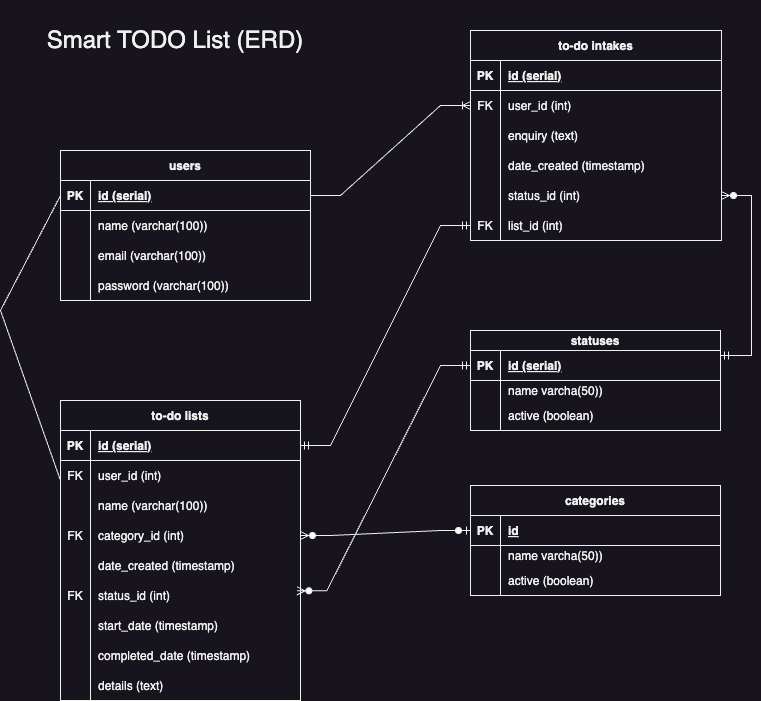
The draw.io diagram documents/SmartToDoListERD.drawio.png in Setmaster/smart-todolist, before a commit. Source tidied: cells renumbered, new cells last; positions are measured from the earlier drawing's top-left corner, leaving out a move shared by most shapes.
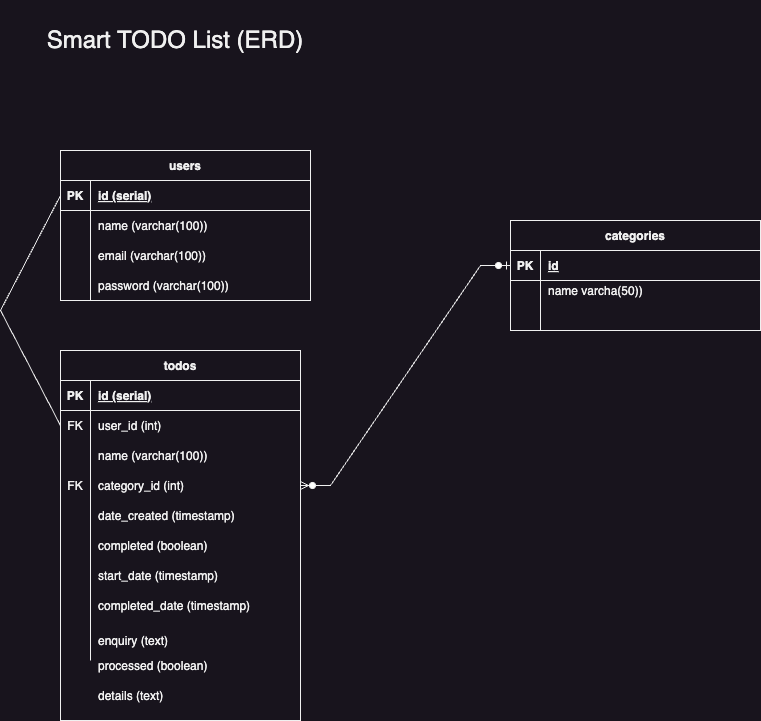
After the commit.

What changed in the source:
```diff
@@ -3,7 +3,7 @@
     <mxCell id="0" />
     <mxCell id="1" parent="0" />
     <mxCell id="2" value="categories" style="shape=table;startSize=30;rowLines=0;fontStyle=1;align=center;" parent="1" vertex="1">
-      <mxGeometry x="470" y="485" width="250" height="110" as="geometry" />
+      <mxGeometry x="510" y="220" width="250" height="110" as="geometry" />
     </mxCell>
     <mxCell id="3" style="shape=partialRectangle;fillColor=none;points=[[0,0.5],[1,0.5]];portConstraint=eastwest;top=0;left=0;right=0;bottom=1;" parent="2" vertex="1">
       <mxGeometry y="30" width="250" height="30" as="geometry" />
@@ -29,7 +29,7 @@
     <mxCell id="10" style="shape=partialRectangle;overflow=hidden;fillColor=none;top=0;left=0;bottom=0;right=0;" parent="9" vertex="1">
       <mxGeometry width="30" height="30" as="geometry" />
     </mxCell>
-    <mxCell id="11" value="active (boolean)" style="shape=partialRectangle;overflow=hidden;fillColor=none;top=0;left=0;bottom=0;right=0;align=left;spacingLeft=6;" parent="9" vertex="1">
+    <mxCell id="11" style="shape=partialRectangle;overflow=hidden;fillColor=none;top=0;left=0;bottom=0;right=0;align=left;spacingLeft=6;" parent="9" vertex="1">
       <mxGeometry x="30" width="220" height="30" as="geometry" />
     </mxCell>
     <mxCell id="12" value="users" style="shape=table;startSize=30;rowLines=0;fontStyle=1;align=center;" parent="1" vertex="1">
@@ -71,8 +71,8 @@
     <mxCell id="24" value="password (varchar(100))" style="shape=partialRectangle;overflow=hidden;fillColor=none;top=0;left=0;bottom=0;right=0;align=left;spacingLeft=6;" parent="22" vertex="1">
       <mxGeometry x="30" width="220" height="30" as="geometry" />
     </mxCell>
-    <mxCell id="25" value="to-do lists" style="shape=table;startSize=30;rowLines=0;fontStyle=1;align=center;" parent="1" vertex="1">
-      <mxGeometry x="60" y="400" width="240" height="300" as="geometry" />
+    <mxCell id="25" value="todos" style="shape=table;startSize=30;rowLines=0;fontStyle=1;align=center;" parent="1" vertex="1">
+      <mxGeometry x="60" y="350" width="240" height="370" as="geometry" />
     </mxCell>
     <mxCell id="26" style="shape=partialRectangle;fillColor=none;points=[[0,0.5],[1,0.5]];portConstraint=eastwest;top=0;left=0;right=0;bottom=1;" parent="25" vertex="1">
       <mxGeometry y="30" width="240" height="30" as="geometry" />
@@ -122,10 +122,10 @@
     <mxCell id="41" style="shape=partialRectangle;fillColor=none;points=[[0,0.5],[1,0.5]];portConstraint=eastwest;top=0;left=0;right=0;bottom=0;" parent="25" vertex="1">
       <mxGeometry y="180" width="240" height="30" as="geometry" />
     </mxCell>
-    <mxCell id="42" value="FK" style="shape=partialRectangle;overflow=hidden;fillColor=none;top=0;left=0;bottom=0;right=0;" parent="41" vertex="1">
+    <mxCell id="42" style="shape=partialRectangle;overflow=hidden;fillColor=none;top=0;left=0;bottom=0;right=0;" parent="41" vertex="1">
       <mxGeometry width="30" height="30" as="geometry" />
     </mxCell>
-    <mxCell id="43" value="status_id (int)" style="shape=partialRectangle;overflow=hidden;fillColor=none;top=0;left=0;bottom=0;right=0;align=left;spacingLeft=6;" parent="41" vertex="1">
+    <mxCell id="43" value="completed (boolean)" style="shape=partialRectangle;overflow=hidden;fillColor=none;top=0;left=0;bottom=0;right=0;align=left;spacingLeft=6;" parent="41" vertex="1">
       <mxGeometry x="30" width="210" height="30" as="geometry" />
     </mxCell>
     <mxCell id="44" style="shape=partialRectangle;fillColor=none;top=0;left=0;right=0;bottom=0;" parent="25" vertex="1">
@@ -147,126 +147,32 @@
       <mxGeometry x="30" width="210" height="30" as="geometry" />
     </mxCell>
     <mxCell id="50" style="shape=partialRectangle;fillColor=none;top=0;left=0;right=0;bottom=0;" parent="25" vertex="1">
-      <mxGeometry y="270" width="240" height="30" as="geometry" />
+      <mxGeometry y="270" width="240" height="40" as="geometry" />
     </mxCell>
     <mxCell id="51" style="shape=partialRectangle;overflow=hidden;fillColor=none;top=0;left=0;bottom=0;right=0;" parent="50" vertex="1">
-      <mxGeometry width="30" height="30" as="geometry" />
+      <mxGeometry width="30" height="40" as="geometry" />
     </mxCell>
-    <mxCell id="52" value="details (text)" style="shape=partialRectangle;overflow=hidden;fillColor=none;top=0;left=0;bottom=0;right=0;align=left;spacingLeft=6;" parent="50" vertex="1">
-      <mxGeometry x="30" width="210" height="30" as="geometry" />
+    <mxCell id="52" value="enquiry (text)" style="shape=partialRectangle;overflow=hidden;fillColor=none;top=0;left=0;bottom=0;right=0;align=left;spacingLeft=6;" parent="50" vertex="1">
+      <mxGeometry x="30" width="210" height="40" as="geometry" />
     </mxCell>
-    <mxCell id="53" value="to-do intakes" style="shape=table;startSize=30;rowLines=0;fontStyle=1;align=center;" parent="1" vertex="1">
-      <mxGeometry x="470" y="30" width="251" height="210" as="geometry" />
-    </mxCell>
-    <mxCell id="54" style="shape=partialRectangle;fillColor=none;top=0;left=0;right=0;bottom=1;" parent="53" vertex="1">
-      <mxGeometry y="30" width="251" height="30" as="geometry" />
-    </mxCell>
-    <mxCell id="55" value="PK" style="shape=partialRectangle;overflow=hidden;fillColor=none;top=0;left=0;bottom=0;right=0;fontStyle=1;" parent="54" vertex="1">
-      <mxGeometry width="30" height="30" as="geometry" />
-    </mxCell>
-    <mxCell id="56" value="id (serial)" style="shape=partialRectangle;overflow=hidden;fillColor=none;top=0;left=0;bottom=0;right=0;align=left;spacingLeft=6;fontStyle=5;" parent="54" vertex="1">
-      <mxGeometry x="30" width="221" height="30" as="geometry" />
-    </mxCell>
-    <mxCell id="57" style="shape=partialRectangle;fillColor=none;points=[[0,0.5],[1,0.5]];portConstraint=eastwest;top=0;left=0;right=0;bottom=0;" parent="53" vertex="1">
-      <mxGeometry y="60" width="251" height="30" as="geometry" />
-    </mxCell>
-    <mxCell id="58" value="FK" style="shape=partialRectangle;overflow=hidden;fillColor=none;top=0;left=0;bottom=0;right=0;" parent="57" vertex="1">
-      <mxGeometry width="30" height="30" as="geometry" />
-    </mxCell>
-    <mxCell id="59" value="user_id (int)" style="shape=partialRectangle;overflow=hidden;fillColor=none;top=0;left=0;bottom=0;right=0;align=left;spacingLeft=6;" parent="57" vertex="1">
-      <mxGeometry x="30" width="221" height="30" as="geometry" />
-    </mxCell>
-    <mxCell id="60" style="shape=partialRectangle;fillColor=none;top=0;left=0;right=0;bottom=0;" parent="53" vertex="1">
-      <mxGeometry y="90" width="251" height="30" as="geometry" />
-    </mxCell>
-    <mxCell id="61" style="shape=partialRectangle;overflow=hidden;fillColor=none;top=0;left=0;bottom=0;right=0;" parent="60" vertex="1">
-      <mxGeometry width="30" height="30" as="geometry" />
-    </mxCell>
-    <mxCell id="62" value="enquiry (text) " style="shape=partialRectangle;overflow=hidden;fillColor=none;top=0;left=0;bottom=0;right=0;align=left;spacingLeft=6;" parent="60" vertex="1">
-      <mxGeometry x="30" width="221" height="30" as="geometry" />
-    </mxCell>
-    <mxCell id="63" style="shape=partialRectangle;fillColor=none;top=0;left=0;right=0;bottom=0;" parent="53" vertex="1">
-      <mxGeometry y="120" width="251" height="30" as="geometry" />
-    </mxCell>
-    <mxCell id="64" style="shape=partialRectangle;overflow=hidden;fillColor=none;top=0;left=0;bottom=0;right=0;" parent="63" vertex="1">
-      <mxGeometry width="30" height="30" as="geometry" />
-    </mxCell>
-    <mxCell id="65" value="date_created (timestamp)" style="shape=partialRectangle;overflow=hidden;fillColor=none;top=0;left=0;bottom=0;right=0;align=left;spacingLeft=6;" parent="63" vertex="1">
-      <mxGeometry x="30" width="221" height="30" as="geometry" />
-    </mxCell>
-    <mxCell id="66" style="shape=partialRectangle;fillColor=none;points=[[0,0.5],[1,0.5]];portConstraint=eastwest;top=0;left=0;right=0;bottom=0;" parent="53" vertex="1">
-      <mxGeometry y="150" width="251" height="30" as="geometry" />
-    </mxCell>
-    <mxCell id="67" style="shape=partialRectangle;overflow=hidden;fillColor=none;top=0;left=0;bottom=0;right=0;" parent="66" vertex="1">
-      <mxGeometry width="30" height="30" as="geometry" />
-    </mxCell>
-    <mxCell id="68" value="status_id (int)" style="shape=partialRectangle;overflow=hidden;fillColor=none;top=0;left=0;bottom=0;right=0;align=left;spacingLeft=6;" parent="66" vertex="1">
-      <mxGeometry x="30" width="221" height="30" as="geometry" />
-    </mxCell>
-    <mxCell id="69" style="shape=partialRectangle;fillColor=none;points=[[0,0.5],[1,0.5]];portConstraint=eastwest;top=0;left=0;right=0;bottom=0;" parent="53" vertex="1">
-      <mxGeometry y="180" width="251" height="30" as="geometry" />
-    </mxCell>
-    <mxCell id="70" value="FK" style="shape=partialRectangle;overflow=hidden;fillColor=none;top=0;left=0;bottom=0;right=0;" parent="69" vertex="1">
-      <mxGeometry width="30" height="30" as="geometry" />
-    </mxCell>
-    <mxCell id="71" value="list_id (int)" style="shape=partialRectangle;overflow=hidden;fillColor=none;top=0;left=0;bottom=0;right=0;align=left;spacingLeft=6;" parent="69" vertex="1">
-      <mxGeometry x="30" width="221" height="30" as="geometry" />
-    </mxCell>
-    <mxCell id="72" style="edgeStyle=entityRelationEdgeStyle;fontSize=12;html=1;endArrow=ERmandOne;startArrow=ERmandOne;rounded=0;entryX=0;entryY=0.5;entryDx=0;entryDy=0;exitX=1;exitY=0.5;exitDx=0;exitDy=0;" parent="1" edge="1" source="26" target="69">
-      <mxGeometry relative="1" as="geometry" />
-    </mxCell>
-    <mxCell id="73" style="edgeStyle=entityRelationEdgeStyle;fontSize=12;html=1;endArrow=ERoneToMany;rounded=0;entryX=0;entryY=0.5;entryDx=0;entryDy=0;exitX=1;exitY=0.5;exitDx=0;exitDy=0;" parent="1" edge="1" source="13" target="57">
-      <mxGeometry relative="1" as="geometry" />
-    </mxCell>
-    <mxCell id="74" value="statuses" style="shape=table;startSize=20;rowLines=0;fontStyle=1;align=center;" parent="1" vertex="1">
-      <mxGeometry x="470" y="330" width="250" height="100" as="geometry" />
-    </mxCell>
-    <mxCell id="75" style="shape=partialRectangle;fillColor=none;points=[[0,0.5],[1,0.5]];portConstraint=eastwest;top=0;left=0;right=0;bottom=1;" parent="74" vertex="1">
-      <mxGeometry y="20" width="250" height="30" as="geometry" />
-    </mxCell>
-    <mxCell id="76" value="PK" style="shape=partialRectangle;overflow=hidden;fillColor=none;top=0;left=0;bottom=0;right=0;fontStyle=1;" parent="75" vertex="1">
-      <mxGeometry width="30" height="30" as="geometry" />
-    </mxCell>
-    <mxCell id="77" value="id (serial)" style="shape=partialRectangle;overflow=hidden;fillColor=none;top=0;left=0;bottom=0;right=0;align=left;spacingLeft=6;fontStyle=5;" parent="75" vertex="1">
-      <mxGeometry x="30" width="220" height="30" as="geometry" />
-    </mxCell>
-    <mxCell id="78" style="shape=partialRectangle;fillColor=none;top=0;left=0;right=0;bottom=0;" parent="74" vertex="1">
-      <mxGeometry y="50" width="250" height="20" as="geometry" />
-    </mxCell>
-    <mxCell id="79" style="shape=partialRectangle;overflow=hidden;fillColor=none;top=0;left=0;bottom=0;right=0;" parent="78" vertex="1">
-      <mxGeometry width="30" height="20" as="geometry" />
-    </mxCell>
-    <mxCell id="80" value="name varcha(50))" style="shape=partialRectangle;overflow=hidden;fillColor=none;top=0;left=0;bottom=0;right=0;align=left;spacingLeft=6;" parent="78" vertex="1">
-      <mxGeometry x="30" width="220" height="20" as="geometry" />
-    </mxCell>
-    <mxCell id="81" style="shape=partialRectangle;fillColor=none;top=0;left=0;right=0;bottom=0;" parent="74" vertex="1">
-      <mxGeometry y="70" width="250" height="30" as="geometry" />
-    </mxCell>
-    <mxCell id="82" style="shape=partialRectangle;overflow=hidden;fillColor=none;top=0;left=0;bottom=0;right=0;" parent="81" vertex="1">
-      <mxGeometry width="30" height="30" as="geometry" />
-    </mxCell>
-    <mxCell id="83" value="active (boolean)" style="shape=partialRectangle;overflow=hidden;fillColor=none;top=0;left=0;bottom=0;right=0;align=left;spacingLeft=6;" parent="81" vertex="1">
-      <mxGeometry x="30" width="220" height="30" as="geometry" />
-    </mxCell>
-    <mxCell id="84" style="edgeStyle=entityRelationEdgeStyle;fontSize=12;html=1;endArrow=ERzeroToMany;startArrow=ERmandOne;rounded=0;entryX=0.985;entryY=0.344;entryDx=0;entryDy=0;exitX=0;exitY=0.5;exitDx=0;exitDy=0;entryPerimeter=0;" parent="1" edge="1" source="75" target="41">
-      <mxGeometry relative="1" as="geometry" />
-    </mxCell>
-    <mxCell id="85" style="edgeStyle=entityRelationEdgeStyle;fontSize=12;html=1;endArrow=ERzeroToMany;startArrow=ERmandOne;rounded=0;exitX=1;exitY=0.25;exitDx=0;exitDy=0;" parent="1" edge="1" source="74" target="66">
-      <mxGeometry relative="1" as="geometry" />
-    </mxCell>
     <mxCell id="86" value="&lt;font style=&quot;font-size: 24px;&quot;&gt;Smart TODO List (ERD)&lt;/font&gt;" style="text;html=1;align=center;verticalAlign=middle;whiteSpace=wrap;rounded=0;" parent="1" vertex="1">
       <mxGeometry x="30" width="290" height="80" as="geometry" />
     </mxCell>
     <mxCell id="87" style="edgeStyle=entityRelationEdgeStyle;fontSize=12;html=1;endArrow=ERzeroToMany;startArrow=ERzeroToOne;rounded=0;entryX=1;entryY=0.5;entryDx=0;entryDy=0;exitX=0;exitY=0.5;exitDx=0;exitDy=0;" parent="1" edge="1" source="3" target="35">
       <mxGeometry relative="1" as="geometry" />
     </mxCell>
-    <mxCell id="88" style="endArrow=none;html=1;rounded=0;entryX=0;entryY=0.5;entryDx=0;entryDy=0;" parent="1" edge="1" target="13">
+    <mxCell id="88" style="endArrow=none;html=1;rounded=0;entryX=0;entryY=0.5;entryDx=0;entryDy=0;exitX=0;exitY=0.5;exitDx=0;exitDy=0;" parent="1" edge="1" source="29" target="13">
       <mxGeometry relative="1" as="geometry">
-        <mxPoint x="60" y="480" as="sourcePoint" />
         <Array as="points">
           <mxPoint y="310" />
         </Array>
       </mxGeometry>
     </mxCell>
+    <mxCell id="89" value="processed (boolean)" style="shape=partialRectangle;overflow=hidden;fillColor=none;top=0;left=0;bottom=0;right=0;align=left;spacingLeft=6;" parent="1" vertex="1">
+      <mxGeometry x="90" y="650" width="210" height="30" as="geometry" />
+    </mxCell>
+    <mxCell id="90" value="details (text)" style="shape=partialRectangle;overflow=hidden;fillColor=none;top=0;left=0;bottom=0;right=0;align=left;spacingLeft=6;" parent="1" vertex="1">
+      <mxGeometry x="90" y="680" width="210" height="30" as="geometry" />
+    </mxCell>
   </root>
 </mxGraphModel>
```
